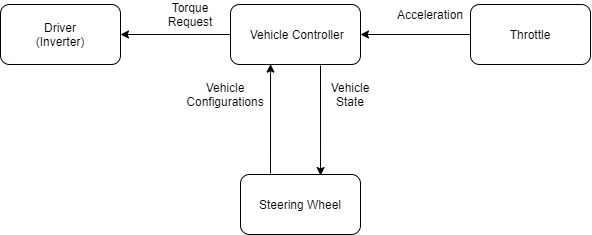
Above: Detailed Diagram.png in Mostafa1Mahmoud/FlowChartofCarControlingSystem (draw.io), before the change. Source tidied: cells renumbered, new cells last; positions are measured from the earlier drawing's top-left corner, leaving out a move shared by most shapes.
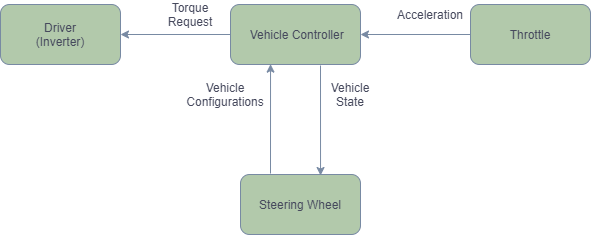
After the change.

What changed in the source:
```diff
@@ -2,58 +2,58 @@
   <root>
     <mxCell id="0" />
     <mxCell id="1" parent="0" />
-    <mxCell id="2" style="rounded=1;whiteSpace=wrap;html=1;" parent="1" vertex="1">
+    <mxCell id="2" style="rounded=1;whiteSpace=wrap;html=1;fillColor=#B2C9AB;strokeColor=#788AA3;fontColor=#46495D;" parent="1" vertex="1">
       <mxGeometry x="230" width="130" height="60" as="geometry" />
     </mxCell>
-    <mxCell id="3" value="Vehicle Controller&amp;nbsp;&amp;nbsp;" style="text;html=1;strokeColor=none;fillColor=none;align=center;verticalAlign=middle;whiteSpace=wrap;rounded=0;" parent="1" vertex="1">
+    <mxCell id="3" value="Vehicle Controller&amp;nbsp;&amp;nbsp;" style="text;html=1;strokeColor=none;fillColor=none;align=center;verticalAlign=middle;whiteSpace=wrap;rounded=0;fontColor=#46495D;" parent="1" vertex="1">
       <mxGeometry x="245" y="20" width="110" height="20" as="geometry" />
     </mxCell>
-    <mxCell id="4" style="rounded=1;whiteSpace=wrap;html=1;" parent="1" vertex="1">
+    <mxCell id="4" style="rounded=1;whiteSpace=wrap;html=1;fillColor=#B2C9AB;strokeColor=#788AA3;fontColor=#46495D;" parent="1" vertex="1">
       <mxGeometry x="240" y="170" width="120" height="60" as="geometry" />
     </mxCell>
-    <mxCell id="5" value="Steering Wheel" style="text;html=1;strokeColor=none;fillColor=none;align=center;verticalAlign=middle;whiteSpace=wrap;rounded=0;" parent="1" vertex="1">
+    <mxCell id="5" value="Steering Wheel" style="text;html=1;strokeColor=none;fillColor=none;align=center;verticalAlign=middle;whiteSpace=wrap;rounded=0;fontColor=#46495D;" parent="1" vertex="1">
       <mxGeometry x="250" y="180" width="100" height="40" as="geometry" />
     </mxCell>
-    <mxCell id="6" style="endArrow=classic;html=1;entryX=0.667;entryY=0.017;entryDx=0;entryDy=0;entryPerimeter=0;" parent="1" edge="1" target="4">
+    <mxCell id="6" style="endArrow=classic;html=1;entryX=0.667;entryY=0.017;entryDx=0;entryDy=0;entryPerimeter=0;strokeColor=#788AA3;fontColor=#46495D;" parent="1" edge="1" target="4">
       <mxGeometry relative="1" as="geometry">
         <mxPoint x="320" y="61" as="sourcePoint" />
       </mxGeometry>
     </mxCell>
-    <mxCell id="7" style="endArrow=classic;html=1;entryX=0.308;entryY=0.994;entryDx=0;entryDy=0;entryPerimeter=0;" parent="1" edge="1" target="2">
+    <mxCell id="7" style="endArrow=classic;html=1;entryX=0.308;entryY=0.994;entryDx=0;entryDy=0;entryPerimeter=0;strokeColor=#788AA3;fontColor=#46495D;" parent="1" edge="1" target="2">
       <mxGeometry relative="1" as="geometry">
         <mxPoint x="270" y="169" as="sourcePoint" />
       </mxGeometry>
     </mxCell>
-    <mxCell id="8" style="rounded=1;whiteSpace=wrap;html=1;" parent="1" vertex="1">
+    <mxCell id="8" style="rounded=1;whiteSpace=wrap;html=1;fillColor=#B2C9AB;strokeColor=#788AA3;fontColor=#46495D;" parent="1" vertex="1">
       <mxGeometry x="470" width="120" height="60" as="geometry" />
     </mxCell>
-    <mxCell id="9" value="Throttle" style="text;html=1;strokeColor=none;fillColor=none;align=center;verticalAlign=middle;whiteSpace=wrap;rounded=0;" parent="1" vertex="1">
+    <mxCell id="9" value="Throttle" style="text;html=1;strokeColor=none;fillColor=none;align=center;verticalAlign=middle;whiteSpace=wrap;rounded=0;fontColor=#46495D;" parent="1" vertex="1">
       <mxGeometry x="490" y="15" width="80" height="30" as="geometry" />
     </mxCell>
-    <mxCell id="10" style="endArrow=classic;html=1;exitX=0;exitY=0.5;exitDx=0;exitDy=0;" parent="1" edge="1" source="8">
+    <mxCell id="10" style="endArrow=classic;html=1;exitX=0;exitY=0.5;exitDx=0;exitDy=0;strokeColor=#788AA3;fontColor=#46495D;" parent="1" edge="1" source="8">
       <mxGeometry relative="1" as="geometry">
         <mxPoint x="360" y="30" as="targetPoint" />
       </mxGeometry>
     </mxCell>
-    <mxCell id="11" value="Acceleration" style="text;html=1;strokeColor=none;fillColor=none;align=center;verticalAlign=middle;whiteSpace=wrap;rounded=0;" parent="1" vertex="1">
+    <mxCell id="11" value="Acceleration" style="text;html=1;strokeColor=none;fillColor=none;align=center;verticalAlign=middle;whiteSpace=wrap;rounded=0;fontColor=#46495D;" parent="1" vertex="1">
       <mxGeometry x="410" width="40" height="20" as="geometry" />
     </mxCell>
-    <mxCell id="12" value="Vehicle Configurations" style="text;html=1;strokeColor=none;fillColor=none;align=center;verticalAlign=middle;whiteSpace=wrap;rounded=0;" parent="1" vertex="1">
+    <mxCell id="12" value="Vehicle Configurations" style="text;html=1;strokeColor=none;fillColor=none;align=center;verticalAlign=middle;whiteSpace=wrap;rounded=0;fontColor=#46495D;" parent="1" vertex="1">
       <mxGeometry x="170" y="80" width="110" height="20" as="geometry" />
     </mxCell>
-    <mxCell id="13" value="Vehicle&lt;br&gt;State" style="text;html=1;strokeColor=none;fillColor=none;align=center;verticalAlign=middle;whiteSpace=wrap;rounded=0;" parent="1" vertex="1">
+    <mxCell id="13" value="Vehicle&lt;br&gt;State" style="text;html=1;strokeColor=none;fillColor=none;align=center;verticalAlign=middle;whiteSpace=wrap;rounded=0;fontColor=#46495D;" parent="1" vertex="1">
       <mxGeometry x="330" y="80" width="40" height="20" as="geometry" />
     </mxCell>
-    <mxCell id="14" style="rounded=1;whiteSpace=wrap;html=1;" parent="1" vertex="1">
+    <mxCell id="14" style="rounded=1;whiteSpace=wrap;html=1;fillColor=#B2C9AB;strokeColor=#788AA3;fontColor=#46495D;" parent="1" vertex="1">
       <mxGeometry width="120" height="60" as="geometry" />
     </mxCell>
-    <mxCell id="15" value="Driver&lt;br&gt;(Inverter)" style="text;html=1;strokeColor=none;fillColor=none;align=center;verticalAlign=middle;whiteSpace=wrap;rounded=0;" parent="1" vertex="1">
+    <mxCell id="15" value="Driver&lt;br&gt;(Inverter)" style="text;html=1;strokeColor=none;fillColor=none;align=center;verticalAlign=middle;whiteSpace=wrap;rounded=0;fontColor=#46495D;" parent="1" vertex="1">
       <mxGeometry x="40" y="20" width="40" height="20" as="geometry" />
     </mxCell>
-    <mxCell id="16" style="endArrow=classic;html=1;entryX=1;entryY=0.5;entryDx=0;entryDy=0;exitX=0;exitY=0.5;exitDx=0;exitDy=0;" parent="1" edge="1" source="2" target="14">
+    <mxCell id="16" style="endArrow=classic;html=1;entryX=1;entryY=0.5;entryDx=0;entryDy=0;exitX=0;exitY=0.5;exitDx=0;exitDy=0;strokeColor=#788AA3;fontColor=#46495D;" parent="1" edge="1" source="2" target="14">
       <mxGeometry relative="1" as="geometry" />
     </mxCell>
-    <mxCell id="17" value="Torque&lt;br&gt;Request" style="text;html=1;strokeColor=none;fillColor=none;align=center;verticalAlign=middle;whiteSpace=wrap;rounded=0;" parent="1" vertex="1">
+    <mxCell id="17" value="Torque&lt;br&gt;Request" style="text;html=1;strokeColor=none;fillColor=none;align=center;verticalAlign=middle;whiteSpace=wrap;rounded=0;fontColor=#46495D;" parent="1" vertex="1">
       <mxGeometry x="170" width="40" height="20" as="geometry" />
     </mxCell>
   </root>
```
